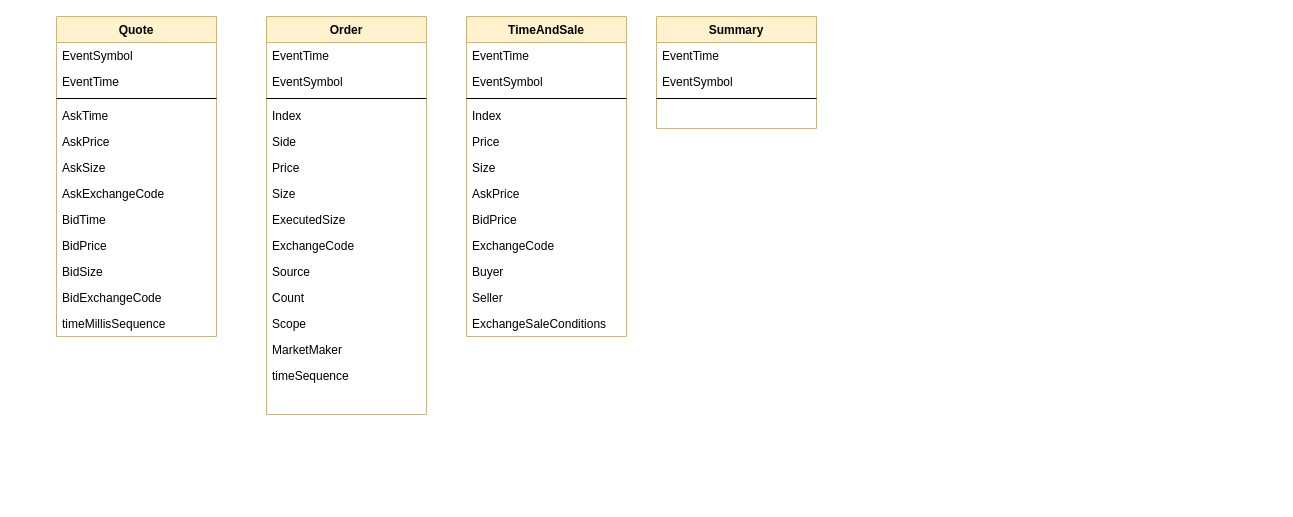
Before: Untitled Diagram.drawio in Tubala85/documents, a draw.io diagram. Source tidied: cells renumbered, new cells numbered last; positions are measured from the earlier drawing's top-left corner, leaving out a move shared by most shapes. Both pictures are drawn from the tidied source at 100%, with x=0, y=0 at pixel (56, 16).
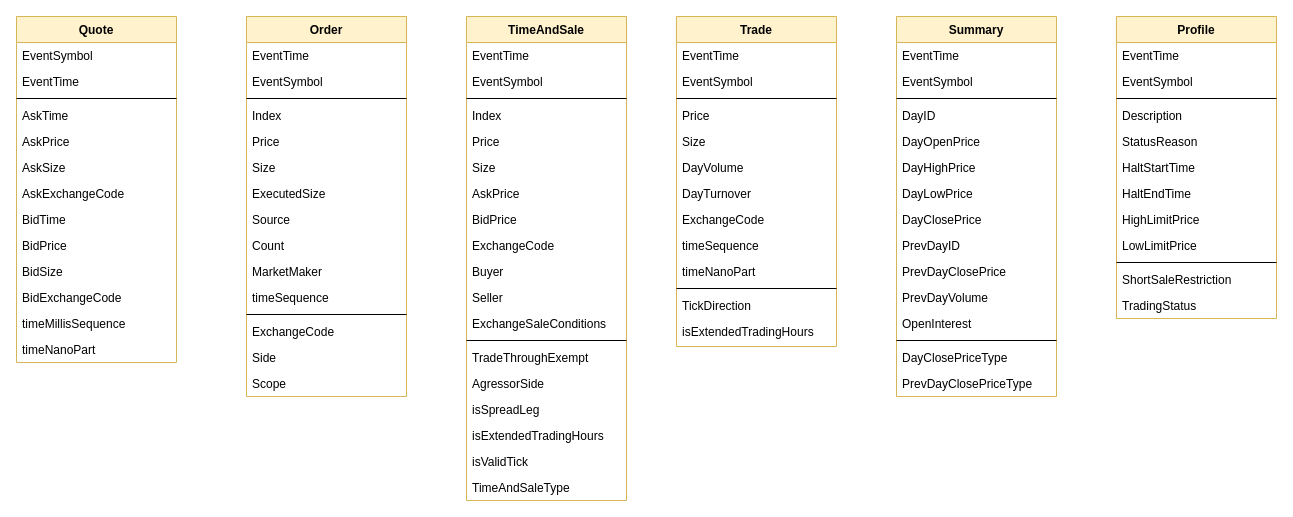
Above is the later version.

The edit, as a diff of the source:
```diff
@@
     <mxCell id="2" value="Quote" style="swimlane;fontStyle=1;align=center;verticalAlign=top;horizontal=1;startSize=26;rounded=0;shadow=0;strokeWidth=1;fillColor=#fff2cc;strokeColor=#d6b656;" parent="1" vertex="1">
-      <mxGeometry width="160" height="320" as="geometry" />
+      <mxGeometry x="-40" width="160" height="346" as="geometry" />
     </mxCell>
@@
+    <mxCell id="47" value="timeNanoPart" style="text;align=left;verticalAlign=top;spacingLeft=4;spacingRight=4;overflow=hidden;" parent="2" vertex="1">
+      <mxGeometry y="320" width="160" height="26" as="geometry" />
+    </mxCell>
     <mxCell id="15" value="TimeAndSale" style="swimlane;fontStyle=1;align=center;verticalAlign=top;horizontal=1;startSize=26;rounded=0;shadow=0;strokeWidth=1;fillColor=#fff2cc;strokeColor=#d6b656;" parent="1" vertex="1">
-      <mxGeometry x="410" width="160" height="320" as="geometry" />
+      <mxGeometry x="410" width="160" height="484" as="geometry" />
     </mxCell>
@@
+    <mxCell id="48" style="line;html=1;strokeWidth=1;align=left;verticalAlign=middle;spacingTop=-1;spacingLeft=3;spacingRight=3;labelPosition=right;" parent="15" vertex="1">
+      <mxGeometry y="320" width="160" height="8" as="geometry" />
+    </mxCell>
+    <mxCell id="49" value="TradeThroughExempt" style="text;align=left;verticalAlign=top;spacingLeft=4;spacingRight=4;overflow=hidden;" parent="15" vertex="1">
+      <mxGeometry y="328" width="160" height="26" as="geometry" />
+    </mxCell>
+    <mxCell id="50" value="AgressorSide" style="text;align=left;verticalAlign=top;spacingLeft=4;spacingRight=4;overflow=hidden;" parent="15" vertex="1">
+      <mxGeometry y="354" width="160" height="26" as="geometry" />
+    </mxCell>
+    <mxCell id="51" value="isSpreadLeg" style="text;align=left;verticalAlign=top;spacingLeft=4;spacingRight=4;overflow=hidden;" parent="15" vertex="1">
+      <mxGeometry y="380" width="160" height="26" as="geometry" />
+    </mxCell>
+    <mxCell id="52" value="isExtendedTradingHours" style="text;align=left;verticalAlign=top;spacingLeft=4;spacingRight=4;overflow=hidden;" parent="15" vertex="1">
+      <mxGeometry y="406" width="160" height="26" as="geometry" />
+    </mxCell>
+    <mxCell id="53" value="isValidTick" style="text;align=left;verticalAlign=top;spacingLeft=4;spacingRight=4;overflow=hidden;" parent="15" vertex="1">
+      <mxGeometry y="432" width="160" height="26" as="geometry" />
+    </mxCell>
+    <mxCell id="54" value="TimeAndSaleType" style="text;align=left;verticalAlign=top;spacingLeft=4;spacingRight=4;overflow=hidden;" parent="15" vertex="1">
+      <mxGeometry y="458" width="160" height="26" as="geometry" />
+    </mxCell>
     <mxCell id="28" value="Summary" style="swimlane;fontStyle=1;align=center;verticalAlign=top;horizontal=1;startSize=26;rounded=0;shadow=0;strokeWidth=1;fillColor=#fff2cc;strokeColor=#d6b656;" parent="1" vertex="1">
-      <mxGeometry x="600" width="160" height="112" as="geometry" />
+      <mxGeometry x="840" width="160" height="380" as="geometry" />
     </mxCell>
@@
+    <mxCell id="55" value="DayID" style="text;align=left;verticalAlign=top;spacingLeft=4;spacingRight=4;overflow=hidden;" parent="28" vertex="1">
+      <mxGeometry y="86" width="160" height="26" as="geometry" />
+    </mxCell>
+    <mxCell id="56" value="DayOpenPrice" style="text;align=left;verticalAlign=top;spacingLeft=4;spacingRight=4;overflow=hidden;" parent="28" vertex="1">
+      <mxGeometry y="112" width="160" height="26" as="geometry" />
+    </mxCell>
+    <mxCell id="57" value="DayHighPrice" style="text;align=left;verticalAlign=top;spacingLeft=4;spacingRight=4;overflow=hidden;" parent="28" vertex="1">
+      <mxGeometry y="138" width="160" height="26" as="geometry" />
+    </mxCell>
+    <mxCell id="58" value="DayLowPrice" style="text;align=left;verticalAlign=top;spacingLeft=4;spacingRight=4;overflow=hidden;" parent="28" vertex="1">
+      <mxGeometry y="164" width="160" height="26" as="geometry" />
+    </mxCell>
+    <mxCell id="59" value="DayClosePrice" style="text;align=left;verticalAlign=top;spacingLeft=4;spacingRight=4;overflow=hidden;" parent="28" vertex="1">
+      <mxGeometry y="190" width="160" height="26" as="geometry" />
+    </mxCell>
+    <mxCell id="60" value="PrevDayID" style="text;align=left;verticalAlign=top;spacingLeft=4;spacingRight=4;overflow=hidden;" parent="28" vertex="1">
+      <mxGeometry y="216" width="160" height="26" as="geometry" />
+    </mxCell>
+    <mxCell id="61" value="PrevDayClosePrice" style="text;align=left;verticalAlign=top;spacingLeft=4;spacingRight=4;overflow=hidden;" parent="28" vertex="1">
+      <mxGeometry y="242" width="160" height="26" as="geometry" />
+    </mxCell>
+    <mxCell id="62" value="PrevDayVolume" style="text;align=left;verticalAlign=top;spacingLeft=4;spacingRight=4;overflow=hidden;" parent="28" vertex="1">
+      <mxGeometry y="268" width="160" height="26" as="geometry" />
+    </mxCell>
+    <mxCell id="63" value="OpenInterest" style="text;align=left;verticalAlign=top;spacingLeft=4;spacingRight=4;overflow=hidden;" parent="28" vertex="1">
+      <mxGeometry y="294" width="160" height="26" as="geometry" />
+    </mxCell>
+    <mxCell id="64" style="line;html=1;strokeWidth=1;align=left;verticalAlign=middle;spacingTop=-1;spacingLeft=3;spacingRight=3;labelPosition=right;" parent="28" vertex="1">
+      <mxGeometry y="320" width="160" height="8" as="geometry" />
+    </mxCell>
+    <mxCell id="65" value="DayClosePriceType" style="text;align=left;verticalAlign=top;spacingLeft=4;spacingRight=4;overflow=hidden;" parent="28" vertex="1">
+      <mxGeometry y="328" width="160" height="26" as="geometry" />
+    </mxCell>
+    <mxCell id="66" value="PrevDayClosePriceType" style="text;align=left;verticalAlign=top;spacingLeft=4;spacingRight=4;overflow=hidden;" parent="28" vertex="1">
+      <mxGeometry y="354" width="160" height="26" as="geometry" />
+    </mxCell>
     <mxCell id="32" value="Order" style="swimlane;fontStyle=1;align=center;verticalAlign=top;horizontal=1;startSize=26;rounded=0;shadow=0;strokeWidth=1;fillColor=#fff2cc;strokeColor=#d6b656;" parent="1" vertex="1">
-      <mxGeometry x="210" width="160" height="398" as="geometry" />
+      <mxGeometry x="190" width="160" height="380" as="geometry" />
     </mxCell>
@@
-    <mxCell id="37" value="Side" style="text;align=left;verticalAlign=top;spacingLeft=4;spacingRight=4;overflow=hidden;rounded=0;shadow=0;html=0;" parent="32" vertex="1">
-      <mxGeometry y="112" width="160" height="26" as="geometry" />
-    </mxCell>
     <mxCell id="38" value="Price" style="text;align=left;verticalAlign=top;spacingLeft=4;spacingRight=4;overflow=hidden;" parent="32" vertex="1">
-      <mxGeometry y="138" width="160" height="26" as="geometry" />
+      <mxGeometry y="112" width="160" height="26" as="geometry" />
     </mxCell>
     <mxCell id="39" value="Size" style="text;align=left;verticalAlign=top;spacingLeft=4;spacingRight=4;overflow=hidden;" parent="32" vertex="1">
-      <mxGeometry y="164" width="160" height="26" as="geometry" />
+      <mxGeometry y="138" width="160" height="26" as="geometry" />
     </mxCell>
     <mxCell id="40" value="ExecutedSize" style="text;align=left;verticalAlign=top;spacingLeft=4;spacingRight=4;overflow=hidden;" parent="32" vertex="1">
-      <mxGeometry y="190" width="160" height="26" as="geometry" />
+      <mxGeometry y="164" width="160" height="26" as="geometry" />
     </mxCell>
-    <mxCell id="41" value="ExchangeCode" style="text;align=left;verticalAlign=top;spacingLeft=4;spacingRight=4;overflow=hidden;" parent="32" vertex="1">
-      <mxGeometry y="216" width="160" height="26" as="geometry" />
-    </mxCell>
     <mxCell id="42" value="Source" style="text;align=left;verticalAlign=top;spacingLeft=4;spacingRight=4;overflow=hidden;" parent="32" vertex="1">
-      <mxGeometry y="242" width="160" height="26" as="geometry" />
+      <mxGeometry y="190" width="160" height="26" as="geometry" />
     </mxCell>
     <mxCell id="43" value="Count" style="text;align=left;verticalAlign=top;spacingLeft=4;spacingRight=4;overflow=hidden;rounded=0;shadow=0;html=0;" parent="32" vertex="1">
-      <mxGeometry y="268" width="160" height="26" as="geometry" />
+      <mxGeometry y="216" width="160" height="26" as="geometry" />
     </mxCell>
-    <mxCell id="44" value="Scope" style="text;align=left;verticalAlign=top;spacingLeft=4;spacingRight=4;overflow=hidden;rounded=0;shadow=0;html=0;" parent="32" vertex="1">
-      <mxGeometry y="294" width="160" height="26" as="geometry" />
-    </mxCell>
     <mxCell id="45" value="MarketMaker" style="text;align=left;verticalAlign=top;spacingLeft=4;spacingRight=4;overflow=hidden;rounded=0;shadow=0;html=0;" parent="32" vertex="1">
-      <mxGeometry y="320" width="160" height="26" as="geometry" />
+      <mxGeometry y="242" width="160" height="26" as="geometry" />
     </mxCell>
     <mxCell id="46" value="timeSequence" style="text;align=left;verticalAlign=top;spacingLeft=4;spacingRight=4;overflow=hidden;" parent="32" vertex="1">
-      <mxGeometry y="346" width="160" height="26" as="geometry" />
+      <mxGeometry y="268" width="160" height="26" as="geometry" />
     </mxCell>
+    <mxCell id="67" style="line;html=1;strokeWidth=1;align=left;verticalAlign=middle;spacingTop=-1;spacingLeft=3;spacingRight=3;labelPosition=right;" parent="32" vertex="1">
+      <mxGeometry y="294" width="160" height="8" as="geometry" />
+    </mxCell>
+    <mxCell id="41" value="ExchangeCode" style="text;align=left;verticalAlign=top;spacingLeft=4;spacingRight=4;overflow=hidden;" parent="32" vertex="1">
+      <mxGeometry y="302" width="160" height="26" as="geometry" />
+    </mxCell>
+    <mxCell id="37" value="Side" style="text;align=left;verticalAlign=top;spacingLeft=4;spacingRight=4;overflow=hidden;rounded=0;shadow=0;html=0;" parent="32" vertex="1">
+      <mxGeometry y="328" width="160" height="26" as="geometry" />
+    </mxCell>
+    <mxCell id="44" value="Scope" style="text;align=left;verticalAlign=top;spacingLeft=4;spacingRight=4;overflow=hidden;rounded=0;shadow=0;html=0;" parent="32" vertex="1">
+      <mxGeometry y="354" width="160" height="26" as="geometry" />
+    </mxCell>
+    <mxCell id="68" value="Trade" style="swimlane;fontStyle=1;align=center;verticalAlign=top;horizontal=1;startSize=26;rounded=0;shadow=0;strokeWidth=1;fillColor=#fff2cc;strokeColor=#d6b656;" parent="1" vertex="1">
+      <mxGeometry x="620" width="160" height="330" as="geometry" />
+    </mxCell>
+    <mxCell id="69" value="EventTime&#10;" style="text;align=left;verticalAlign=top;spacingLeft=4;spacingRight=4;overflow=hidden;rounded=0;shadow=0;html=0;" parent="68" vertex="1">
+      <mxGeometry y="26" width="160" height="26" as="geometry" />
+    </mxCell>
+    <mxCell id="70" value="EventSymbol" style="text;align=left;verticalAlign=top;spacingLeft=4;spacingRight=4;overflow=hidden;" parent="68" vertex="1">
+      <mxGeometry y="52" width="160" height="26" as="geometry" />
+    </mxCell>
+    <mxCell id="71" style="line;html=1;strokeWidth=1;align=left;verticalAlign=middle;spacingTop=-1;spacingLeft=3;spacingRight=3;labelPosition=right;" parent="68" vertex="1">
+      <mxGeometry y="78" width="160" height="8" as="geometry" />
+    </mxCell>
+    <mxCell id="72" value="Price" style="text;align=left;verticalAlign=top;spacingLeft=4;spacingRight=4;overflow=hidden;" parent="68" vertex="1">
+      <mxGeometry y="86" width="160" height="26" as="geometry" />
+    </mxCell>
+    <mxCell id="73" value="Size" style="text;align=left;verticalAlign=top;spacingLeft=4;spacingRight=4;overflow=hidden;" parent="68" vertex="1">
+      <mxGeometry y="112" width="160" height="26" as="geometry" />
+    </mxCell>
+    <mxCell id="74" value="DayVolume" style="text;align=left;verticalAlign=top;spacingLeft=4;spacingRight=4;overflow=hidden;" parent="68" vertex="1">
+      <mxGeometry y="138" width="160" height="26" as="geometry" />
+    </mxCell>
+    <mxCell id="75" value="DayTurnover" style="text;align=left;verticalAlign=top;spacingLeft=4;spacingRight=4;overflow=hidden;" parent="68" vertex="1">
+      <mxGeometry y="164" width="160" height="26" as="geometry" />
+    </mxCell>
+    <mxCell id="76" value="ExchangeCode" style="text;align=left;verticalAlign=top;spacingLeft=4;spacingRight=4;overflow=hidden;" parent="68" vertex="1">
+      <mxGeometry y="190" width="160" height="26" as="geometry" />
+    </mxCell>
+    <mxCell id="77" value="timeSequence" style="text;align=left;verticalAlign=top;spacingLeft=4;spacingRight=4;overflow=hidden;" parent="68" vertex="1">
+      <mxGeometry y="216" width="160" height="26" as="geometry" />
+    </mxCell>
+    <mxCell id="78" value="timeNanoPart" style="text;align=left;verticalAlign=top;spacingLeft=4;spacingRight=4;overflow=hidden;" parent="68" vertex="1">
+      <mxGeometry y="242" width="160" height="26" as="geometry" />
+    </mxCell>
+    <mxCell id="79" style="line;html=1;strokeWidth=1;align=left;verticalAlign=middle;spacingTop=-1;spacingLeft=3;spacingRight=3;labelPosition=right;" parent="68" vertex="1">
+      <mxGeometry y="268" width="160" height="8" as="geometry" />
+    </mxCell>
+    <mxCell id="80" value="TickDirection" style="text;align=left;verticalAlign=top;spacingLeft=4;spacingRight=4;overflow=hidden;" parent="68" vertex="1">
+      <mxGeometry y="276" width="160" height="26" as="geometry" />
+    </mxCell>
+    <mxCell id="81" value="isExtendedTradingHours" style="text;align=left;verticalAlign=top;spacingLeft=4;spacingRight=4;overflow=hidden;" parent="68" vertex="1">
+      <mxGeometry y="302" width="160" height="26" as="geometry" />
+    </mxCell>
+    <mxCell id="82" value="Profile" style="swimlane;fontStyle=1;align=center;verticalAlign=top;horizontal=1;startSize=26;rounded=0;shadow=0;strokeWidth=1;fillColor=#fff2cc;strokeColor=#d6b656;" parent="1" vertex="1">
+      <mxGeometry x="1060" width="160" height="302" as="geometry" />
+    </mxCell>
+    <mxCell id="83" value="EventTime&#10;" style="text;align=left;verticalAlign=top;spacingLeft=4;spacingRight=4;overflow=hidden;rounded=0;shadow=0;html=0;" parent="82" vertex="1">
+      <mxGeometry y="26" width="160" height="26" as="geometry" />
+    </mxCell>
+    <mxCell id="84" value="EventSymbol" style="text;align=left;verticalAlign=top;spacingLeft=4;spacingRight=4;overflow=hidden;" parent="82" vertex="1">
+      <mxGeometry y="52" width="160" height="26" as="geometry" />
+    </mxCell>
+    <mxCell id="85" style="line;html=1;strokeWidth=1;align=left;verticalAlign=middle;spacingTop=-1;spacingLeft=3;spacingRight=3;labelPosition=right;" parent="82" vertex="1">
+      <mxGeometry y="78" width="160" height="8" as="geometry" />
+    </mxCell>
+    <mxCell id="86" value="Description" style="text;align=left;verticalAlign=top;spacingLeft=4;spacingRight=4;overflow=hidden;" parent="82" vertex="1">
+      <mxGeometry y="86" width="160" height="26" as="geometry" />
+    </mxCell>
+    <mxCell id="87" value="StatusReason" style="text;align=left;verticalAlign=top;spacingLeft=4;spacingRight=4;overflow=hidden;" parent="82" vertex="1">
+      <mxGeometry y="112" width="160" height="26" as="geometry" />
+    </mxCell>
+    <mxCell id="88" value="HaltStartTime" style="text;align=left;verticalAlign=top;spacingLeft=4;spacingRight=4;overflow=hidden;" parent="82" vertex="1">
+      <mxGeometry y="138" width="160" height="26" as="geometry" />
+    </mxCell>
+    <mxCell id="89" value="HaltEndTime" style="text;align=left;verticalAlign=top;spacingLeft=4;spacingRight=4;overflow=hidden;" parent="82" vertex="1">
+      <mxGeometry y="164" width="160" height="26" as="geometry" />
+    </mxCell>
+    <mxCell id="90" value="HighLimitPrice" style="text;align=left;verticalAlign=top;spacingLeft=4;spacingRight=4;overflow=hidden;" parent="82" vertex="1">
+      <mxGeometry y="190" width="160" height="26" as="geometry" />
+    </mxCell>
+    <mxCell id="91" value="LowLimitPrice" style="text;align=left;verticalAlign=top;spacingLeft=4;spacingRight=4;overflow=hidden;" parent="82" vertex="1">
+      <mxGeometry y="216" width="160" height="26" as="geometry" />
+    </mxCell>
+    <mxCell id="92" style="line;html=1;strokeWidth=1;align=left;verticalAlign=middle;spacingTop=-1;spacingLeft=3;spacingRight=3;labelPosition=right;" parent="82" vertex="1">
+      <mxGeometry y="242" width="160" height="8" as="geometry" />
+    </mxCell>
+    <mxCell id="93" value="ShortSaleRestriction" style="text;align=left;verticalAlign=top;spacingLeft=4;spacingRight=4;overflow=hidden;" parent="82" vertex="1">
+      <mxGeometry y="250" width="160" height="26" as="geometry" />
+    </mxCell>
+    <mxCell id="94" value="TradingStatus" style="text;align=left;verticalAlign=top;spacingLeft=4;spacingRight=4;overflow=hidden;" parent="82" vertex="1">
+      <mxGeometry y="276" width="160" height="26" as="geometry" />
+    </mxCell>
```
